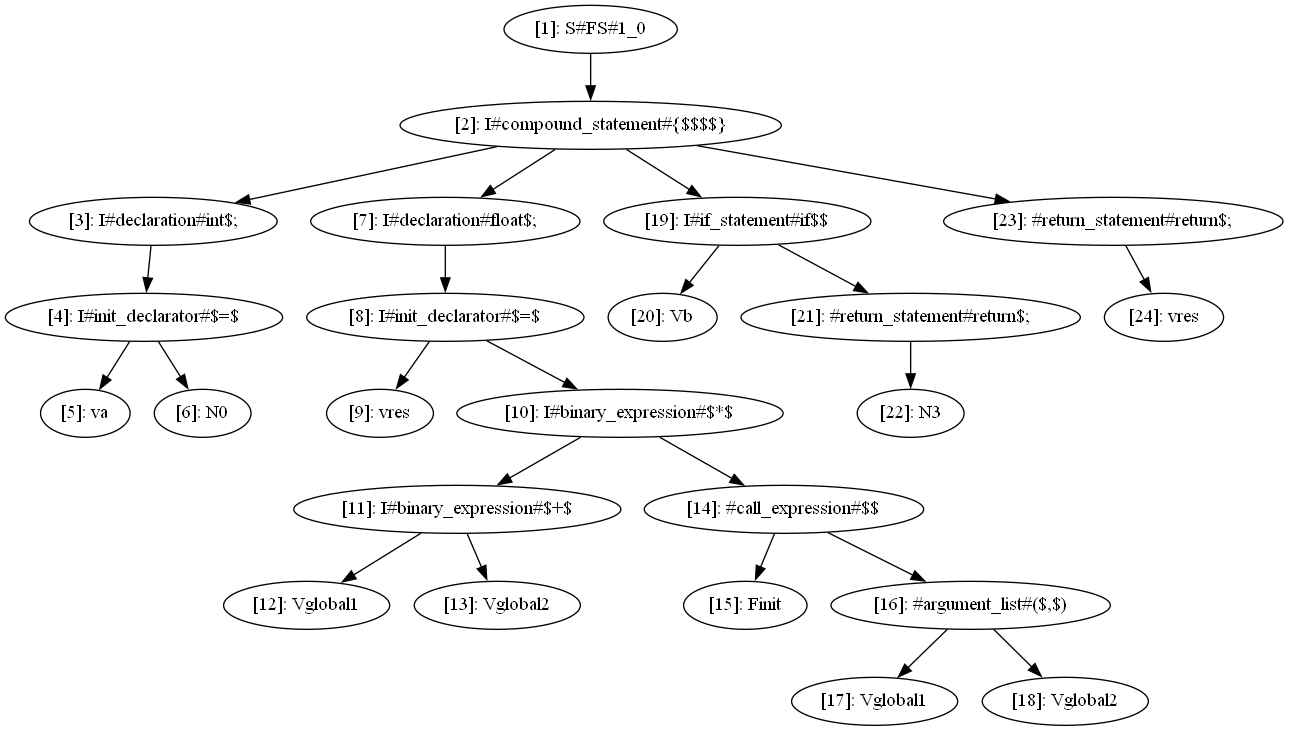
Above: cass.png in deryaerman/DIA-System-DS-Plagiarism-Checker-GIT (Graphviz), before the change. Its source is kept beside it as cass.dot.
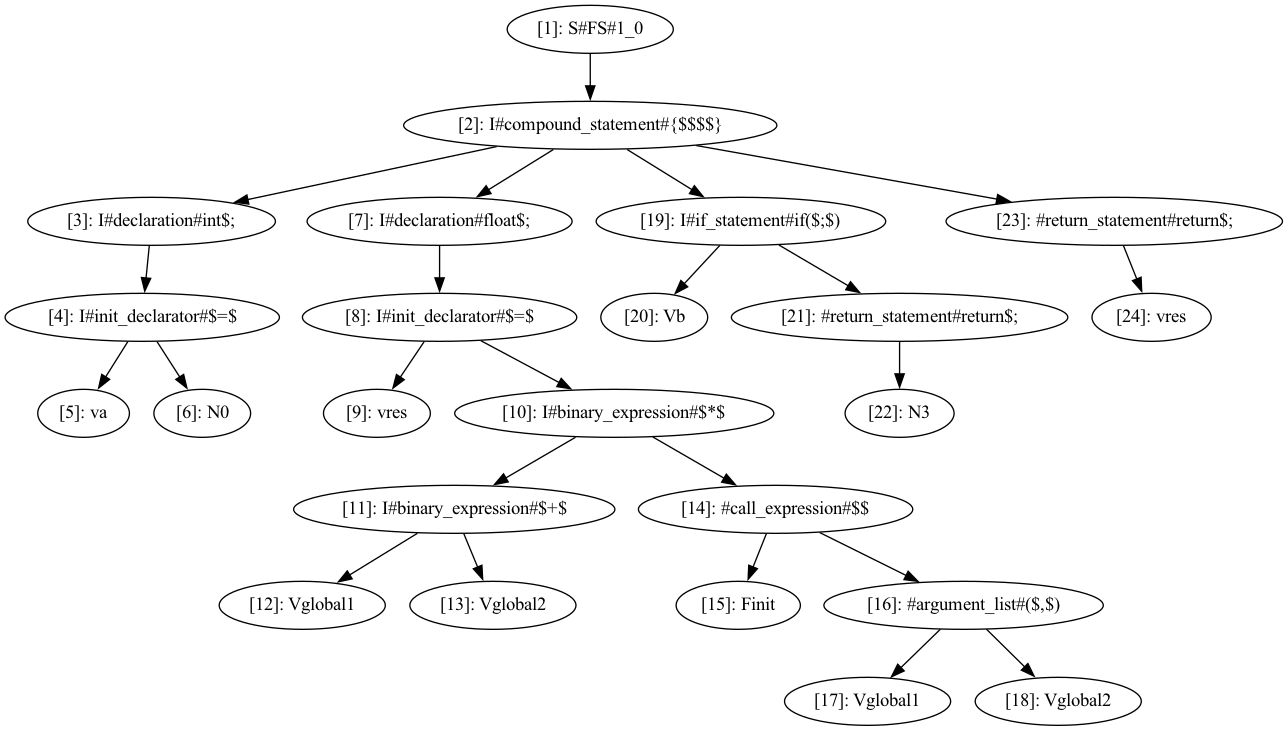
The same file after the commit.

The edit, as a diff of the source:
```diff
@@ -18,7 +18,7 @@
   n16 [label="[16]: #argument_list#($,$)"];
   n17 [label="[17]: Vglobal1"];
   n18 [label="[18]: Vglobal2"];
-  n19 [label="[19]: I#if_statement#if$$"];
+  n19 [label="[19]: I#if_statement#if($;$)"];
   n20 [label="[20]: Vb"];
   n21 [label="[21]: #return_statement#return$;"];
   n22 [label="[22]: N3"];
```
